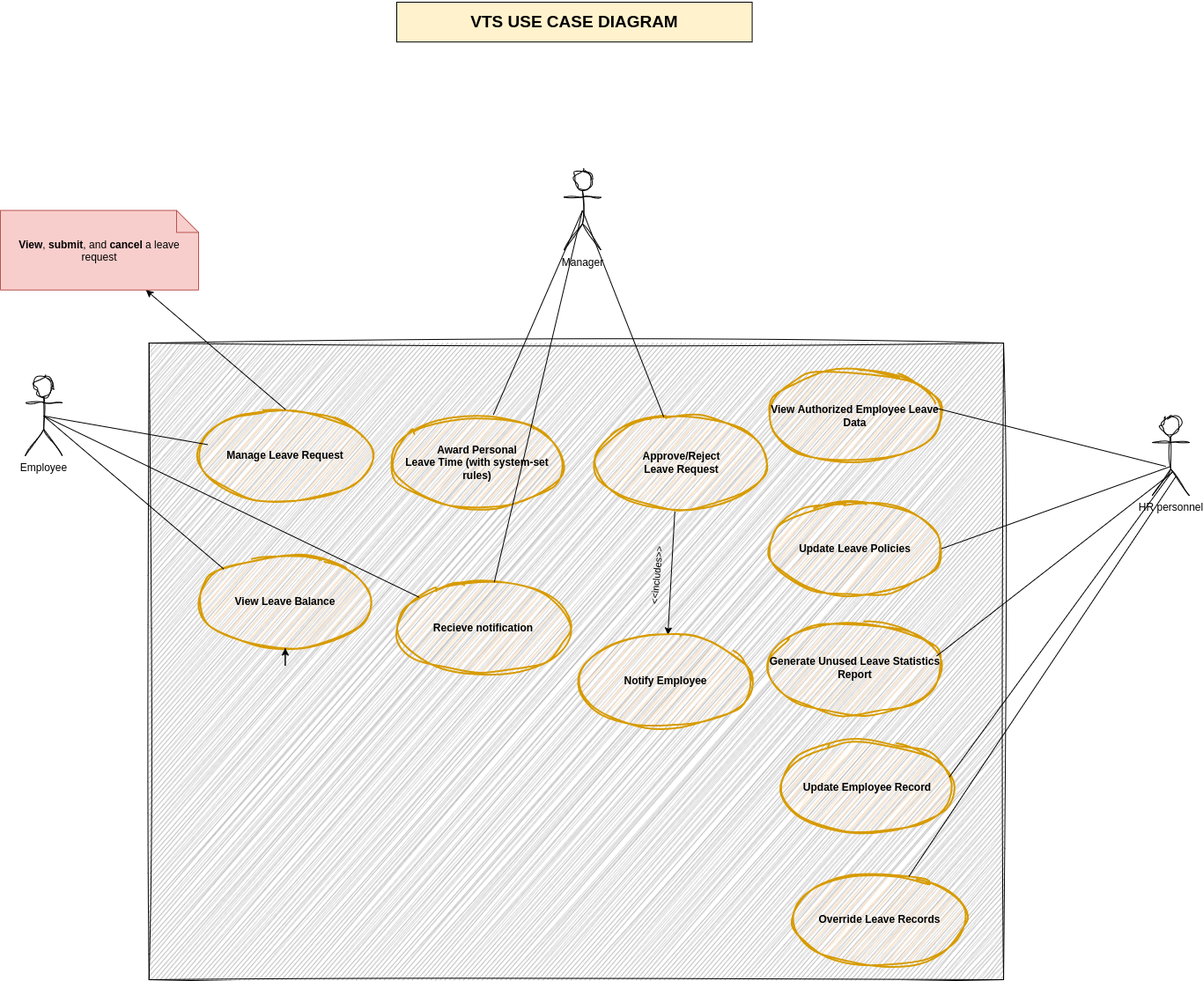
Above: diagrams/useCaseDiagram.png in abdoemadselim/Vacation-Tracking-System (draw.io), before the change. Source tidied: cells renumbered, new cells last; positions are measured from the earlier drawing's top-left corner, leaving out a move shared by most shapes.
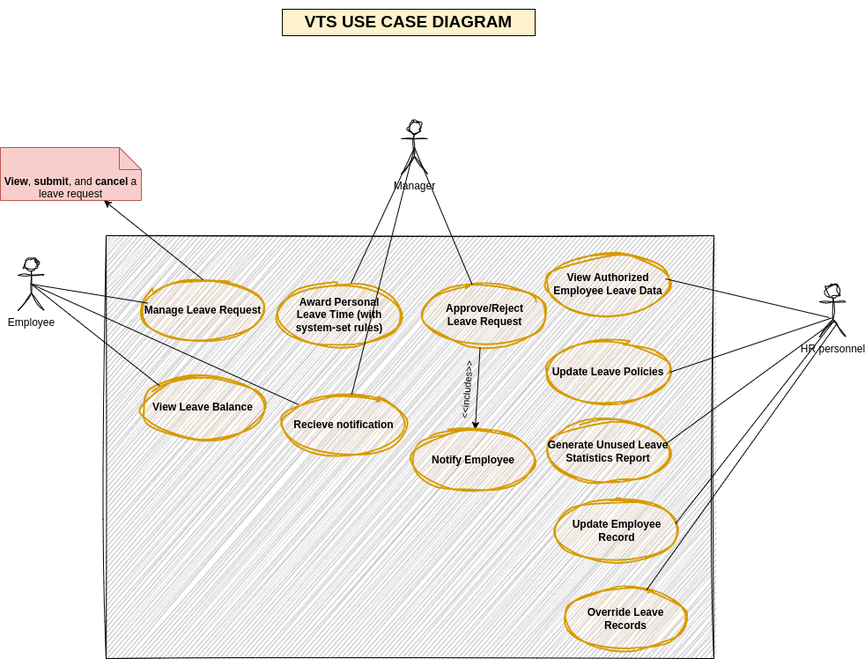
The same file after the commit.

Commit message:
Update the use case diagram

The edit, as a diff of the source:
```diff
@@ -2,103 +2,103 @@
   <root>
     <mxCell id="0" />
     <mxCell id="1" parent="0" />
-    <mxCell id="2" style="group;" parent="1" vertex="1">
-      <mxGeometry width="1350" height="1110" as="geometry" />
-    </mxCell>
-    <mxCell id="3" style="rounded=0;whiteSpace=wrap;html=1;fillColor=#B3B3B3;strokeColor=default;gradientColor=none;shadow=0;glass=0;sketch=1;curveFitting=1;jiggle=2;align=center;labelBorderColor=none;labelBackgroundColor=none;" parent="2" vertex="1">
-      <mxGeometry x="168.8" y="387.1" width="970.3" height="722.9" as="geometry" />
-    </mxCell>
+    <mxCell id="35" style="group;" parent="1" vertex="1">
+      <mxGeometry x="-230" y="1243" width="960" height="737" as="geometry" />
+    </mxCell>
+    <mxCell id="36" style="rounded=0;whiteSpace=wrap;html=1;fillColor=#B3B3B3;strokeColor=default;gradientColor=none;shadow=0;glass=0;sketch=1;curveFitting=1;jiggle=2;align=center;labelBorderColor=none;labelBackgroundColor=none;" parent="35" vertex="1">
+      <mxGeometry x="120" y="257" width="690" height="480" as="geometry" />
+    </mxCell>
-    <mxCell id="4" value="Manage Leave Request" style="ellipse;whiteSpace=wrap;html=1;fillColor=#ffe6cc;strokeColor=#d79b00;sketch=1;curveFitting=1;jiggle=2;fontStyle=1;strokeWidth=2;movableLabel=0;" parent="2" vertex="1">
-      <mxGeometry x="225" y="462.4" width="196.9" height="105.4" as="geometry" />
+    <mxCell id="4" value="Manage Leave Request" style="ellipse;whiteSpace=wrap;html=1;fillColor=#ffe6cc;strokeColor=#d79b00;sketch=1;curveFitting=1;jiggle=2;fontStyle=1;strokeWidth=2;movableLabel=0;" parent="35" vertex="1">
+      <mxGeometry x="160" y="307" width="140" height="70" as="geometry" />
     </mxCell>
-    <mxCell id="5" value="Generate Unused Leave Statistics Report" style="ellipse;whiteSpace=wrap;html=1;fillColor=#ffe6cc;strokeColor=#d79b00;sketch=1;curveFitting=1;jiggle=2;fontStyle=1;fillStyle=hachure;strokeWidth=2;" parent="2" vertex="1">
-      <mxGeometry x="871.9" y="703.4" width="196.9" height="105.4" as="geometry" />
+    <mxCell id="5" value="Generate Unused Leave Statistics Report" style="ellipse;whiteSpace=wrap;html=1;fillColor=#ffe6cc;strokeColor=#d79b00;sketch=1;curveFitting=1;jiggle=2;fontStyle=1;fillStyle=hachure;strokeWidth=2;" parent="35" vertex="1">
+      <mxGeometry x="620" y="467" width="140" height="70" as="geometry" />
     </mxCell>
-    <mxCell id="6" value="View Leave Balance" style="ellipse;whiteSpace=wrap;html=1;fillColor=#ffe6cc;strokeColor=#d79b00;sketch=1;curveFitting=1;jiggle=2;fontStyle=1;strokeWidth=2;" parent="2" vertex="1">
-      <mxGeometry x="225" y="628" width="196.9" height="105.4" as="geometry" />
+    <mxCell id="6" value="View Leave Balance" style="ellipse;whiteSpace=wrap;html=1;fillColor=#ffe6cc;strokeColor=#d79b00;sketch=1;curveFitting=1;jiggle=2;fontStyle=1;strokeWidth=2;" parent="35" vertex="1">
+      <mxGeometry x="160" y="417" width="140" height="70" as="geometry" />
     </mxCell>
-    <mxCell id="7" value="Approve/Reject &lt;br&gt;Leave Request" style="ellipse;whiteSpace=wrap;html=1;fillColor=#ffe6cc;strokeColor=#d79b00;sketch=1;curveFitting=1;jiggle=2;fontStyle=1;fillStyle=hachure;strokeWidth=2;" parent="2" vertex="1">
-      <mxGeometry x="675" y="469.9" width="196.9" height="105.4" as="geometry" />
+    <mxCell id="7" value="Approve/Reject &lt;br&gt;Leave Request" style="ellipse;whiteSpace=wrap;html=1;fillColor=#ffe6cc;strokeColor=#d79b00;sketch=1;curveFitting=1;jiggle=2;fontStyle=1;fillStyle=hachure;strokeWidth=2;" parent="35" vertex="1">
+      <mxGeometry x="480" y="312" width="140" height="70" as="geometry" />
     </mxCell>
-    <mxCell id="8" value="Award Personal &lt;br&gt;Leave Time (with system-set rules)" style="ellipse;whiteSpace=wrap;html=1;fillColor=#ffe6cc;strokeColor=#d79b00;sketch=1;curveFitting=1;jiggle=2;fontStyle=1;strokeWidth=2;" parent="2" vertex="1">
-      <mxGeometry x="443" y="469.9" width="196.9" height="105.4" as="geometry" />
+    <mxCell id="8" value="Award Personal &lt;br&gt;Leave Time (with system-set rules)" style="ellipse;whiteSpace=wrap;html=1;fillColor=#ffe6cc;strokeColor=#d79b00;sketch=1;curveFitting=1;jiggle=2;fontStyle=1;strokeWidth=2;" parent="35" vertex="1">
+      <mxGeometry x="315" y="312" width="140" height="70" as="geometry" />
     </mxCell>
-    <mxCell id="9" value="View&amp;nbsp;&lt;span style=&quot;white-space-collapse: preserve; background-color: transparent; color: light-dark(rgb(0, 0, 0), rgb(255, 255, 255));&quot;&gt;Authorized &lt;/span&gt;&lt;span style=&quot;background-color: transparent; color: light-dark(rgb(0, 0, 0), rgb(255, 255, 255));&quot;&gt;Employee&amp;nbsp;&lt;/span&gt;Leave Data" style="ellipse;whiteSpace=wrap;html=1;fillColor=#ffe6cc;strokeColor=#d79b00;sketch=1;curveFitting=1;jiggle=2;fontStyle=1;perimeterSpacing=0;strokeWidth=2;" parent="2" vertex="1">
-      <mxGeometry x="871.9" y="417.2" width="196.9" height="105.4" as="geometry" />
+    <mxCell id="9" value="View&amp;nbsp;&lt;span style=&quot;white-space-collapse: preserve; background-color: transparent; color: light-dark(rgb(0, 0, 0), rgb(255, 255, 255));&quot;&gt;Authorized &lt;/span&gt;&lt;span style=&quot;background-color: transparent; color: light-dark(rgb(0, 0, 0), rgb(255, 255, 255));&quot;&gt;Employee&amp;nbsp;&lt;/span&gt;Leave Data" style="ellipse;whiteSpace=wrap;html=1;fillColor=#ffe6cc;strokeColor=#d79b00;sketch=1;curveFitting=1;jiggle=2;fontStyle=1;perimeterSpacing=0;strokeWidth=2;" parent="35" vertex="1">
+      <mxGeometry x="620" y="277" width="140" height="70" as="geometry" />
     </mxCell>
-    <mxCell id="10" value="Update Leave Policies" style="ellipse;whiteSpace=wrap;html=1;fillColor=#ffe6cc;strokeColor=#d79b00;sketch=1;curveFitting=1;jiggle=2;fontStyle=1;fillStyle=hachure;strokeWidth=2;" parent="2" vertex="1">
-      <mxGeometry x="871.9" y="567.8" width="196.9" height="105.4" as="geometry" />
+    <mxCell id="10" value="Update Leave Policies" style="ellipse;whiteSpace=wrap;html=1;fillColor=#ffe6cc;strokeColor=#d79b00;sketch=1;curveFitting=1;jiggle=2;fontStyle=1;fillStyle=hachure;strokeWidth=2;" parent="35" vertex="1">
+      <mxGeometry x="620" y="377" width="140" height="70" as="geometry" />
     </mxCell>
-    <mxCell id="11" value="Employee" style="shape=umlActor;html=1;verticalLabelPosition=bottom;verticalAlign=top;align=center;sketch=1;curveFitting=1;jiggle=2;" parent="2" vertex="1">
-      <mxGeometry x="28.1" y="424.7" width="42.2" height="90.4" as="geometry" />
+    <mxCell id="11" value="Employee" style="shape=umlActor;html=1;verticalLabelPosition=bottom;verticalAlign=top;align=center;sketch=1;curveFitting=1;jiggle=2;" parent="35" vertex="1">
+      <mxGeometry x="20" y="282" width="30" height="60" as="geometry" />
     </mxCell>
-    <mxCell id="12" value="Manager" style="shape=umlActor;html=1;verticalLabelPosition=bottom;verticalAlign=top;align=center;sketch=1;curveFitting=1;jiggle=2;" parent="2" vertex="1">
-      <mxGeometry x="639.8" y="191.3" width="42.2" height="90.4" as="geometry" />
+    <mxCell id="12" value="Manager" style="shape=umlActor;html=1;verticalLabelPosition=bottom;verticalAlign=top;align=center;sketch=1;curveFitting=1;jiggle=2;" parent="35" vertex="1">
+      <mxGeometry x="455" y="127" width="30" height="60" as="geometry" />
     </mxCell>
-    <mxCell id="13" value="HR personnel" style="shape=umlActor;html=1;verticalLabelPosition=bottom;verticalAlign=top;align=center;sketch=1;curveFitting=1;jiggle=2;" parent="2" vertex="1">
-      <mxGeometry x="1307.8" y="469.9" width="42.2" height="90.4" as="geometry" />
+    <mxCell id="13" value="HR personnel" style="shape=umlActor;html=1;verticalLabelPosition=bottom;verticalAlign=top;align=center;sketch=1;curveFitting=1;jiggle=2;" parent="35" vertex="1">
+      <mxGeometry x="930" y="312" width="30" height="60" as="geometry" />
     </mxCell>
-    <mxCell id="14" style="edgeStyle=orthogonalEdgeStyle;rounded=0;orthogonalLoop=1;jettySize=auto;html=1;exitX=0.5;exitY=1;exitDx=0;exitDy=0;" parent="2" edge="1" source="6" target="6">
+    <mxCell id="14" style="edgeStyle=orthogonalEdgeStyle;rounded=0;orthogonalLoop=1;jettySize=auto;html=1;exitX=0.5;exitY=1;exitDx=0;exitDy=0;" parent="35" edge="1" source="6" target="6">
       <mxGeometry relative="1" as="geometry" />
     </mxCell>
-    <mxCell id="15" style="endArrow=none;html=1;rounded=0;exitX=0.5;exitY=0.5;exitDx=0;exitDy=0;exitPerimeter=0;entryX=0.053;entryY=0.38;entryDx=0;entryDy=0;entryPerimeter=0;" parent="2" edge="1" source="11" target="4">
+    <mxCell id="15" style="endArrow=none;html=1;rounded=0;exitX=0.5;exitY=0.5;exitDx=0;exitDy=0;exitPerimeter=0;entryX=0.053;entryY=0.38;entryDx=0;entryDy=0;entryPerimeter=0;" parent="35" edge="1" source="11" target="4">
       <mxGeometry relative="1" as="geometry" />
     </mxCell>
-    <mxCell id="16" style="endArrow=none;html=1;rounded=0;exitX=0.5;exitY=0.5;exitDx=0;exitDy=0;exitPerimeter=0;entryX=0;entryY=0;entryDx=0;entryDy=0;" parent="2" edge="1" source="11" target="6">
+    <mxCell id="16" style="endArrow=none;html=1;rounded=0;exitX=0.5;exitY=0.5;exitDx=0;exitDy=0;exitPerimeter=0;entryX=0;entryY=0;entryDx=0;entryDy=0;" parent="35" edge="1" source="11" target="6">
       <mxGeometry relative="1" as="geometry" />
     </mxCell>
-    <mxCell id="17" style="endArrow=none;html=1;rounded=0;entryX=0.5;entryY=0.5;entryDx=0;entryDy=0;entryPerimeter=0;" parent="2" edge="1" source="7" target="12">
+    <mxCell id="17" style="endArrow=none;html=1;rounded=0;entryX=0.5;entryY=0.5;entryDx=0;entryDy=0;entryPerimeter=0;" parent="35" edge="1" source="7" target="12">
       <mxGeometry relative="1" as="geometry" />
     </mxCell>
-    <mxCell id="18" style="endArrow=none;html=1;rounded=0;entryX=0.5;entryY=0.5;entryDx=0;entryDy=0;entryPerimeter=0;exitX=0.593;exitY=-0.014;exitDx=0;exitDy=0;exitPerimeter=0;" parent="2" edge="1" source="8" target="12">
+    <mxCell id="18" style="endArrow=none;html=1;rounded=0;entryX=0.5;entryY=0.5;entryDx=0;entryDy=0;entryPerimeter=0;exitX=0.593;exitY=-0.014;exitDx=0;exitDy=0;exitPerimeter=0;" parent="35" edge="1" source="8" target="12">
       <mxGeometry relative="1" as="geometry" />
     </mxCell>
-    <mxCell id="19" style="endArrow=none;html=1;rounded=0;exitX=0.367;exitY=0.633;exitDx=0;exitDy=0;exitPerimeter=0;entryX=0.964;entryY=0.414;entryDx=0;entryDy=0;entryPerimeter=0;" parent="2" edge="1" source="13" target="9">
+    <mxCell id="19" style="endArrow=none;html=1;rounded=0;exitX=0.367;exitY=0.633;exitDx=0;exitDy=0;exitPerimeter=0;entryX=0.964;entryY=0.414;entryDx=0;entryDy=0;entryPerimeter=0;" parent="35" edge="1" source="13" target="9">
       <mxGeometry relative="1" as="geometry" />
     </mxCell>
-    <mxCell id="20" style="endArrow=none;html=1;rounded=0;exitX=0.5;exitY=0.633;exitDx=0;exitDy=0;exitPerimeter=0;entryX=1;entryY=0.5;entryDx=0;entryDy=0;" parent="2" edge="1" source="13" target="10">
+    <mxCell id="20" style="endArrow=none;html=1;rounded=0;exitX=0.5;exitY=0.633;exitDx=0;exitDy=0;exitPerimeter=0;entryX=1;entryY=0.5;entryDx=0;entryDy=0;" parent="35" edge="1" source="13" target="10">
       <mxGeometry relative="1" as="geometry" />
     </mxCell>
-    <mxCell id="21" style="endArrow=none;html=1;rounded=0;exitX=0.567;exitY=0.7;exitDx=0;exitDy=0;exitPerimeter=0;entryX=0.971;entryY=0.371;entryDx=0;entryDy=0;entryPerimeter=0;" parent="2" edge="1" source="13" target="5">
+    <mxCell id="21" style="endArrow=none;html=1;rounded=0;exitX=0.567;exitY=0.7;exitDx=0;exitDy=0;exitPerimeter=0;entryX=0.971;entryY=0.371;entryDx=0;entryDy=0;entryPerimeter=0;" parent="35" edge="1" source="13" target="5">
       <mxGeometry relative="1" as="geometry" />
     </mxCell>
-    <mxCell id="22" value="&lt;h3&gt;&lt;font style=&quot;font-size: 19px;&quot; face=&quot;Helvetica&quot;&gt;VTS USE CASE DIAGRAM&lt;/font&gt;&lt;/h3&gt;" style="text;html=1;align=center;verticalAlign=middle;whiteSpace=wrap;rounded=0;glass=0;fillColor=#fff2cc;strokeColor=light-dark(#000000, #6d5100);fontFamily=Lucida Console;" parent="2" vertex="1">
-      <mxGeometry x="450" width="403.6" height="45.2" as="geometry" />
+    <mxCell id="22" value="&lt;h3&gt;&lt;font style=&quot;font-size: 19px;&quot; face=&quot;Helvetica&quot;&gt;VTS USE CASE DIAGRAM&lt;/font&gt;&lt;/h3&gt;" style="text;html=1;align=center;verticalAlign=middle;whiteSpace=wrap;rounded=0;glass=0;fillColor=#fff2cc;strokeColor=light-dark(#000000, #6d5100);fontFamily=Lucida Console;" parent="35" vertex="1">
+      <mxGeometry x="320" width="287" height="30" as="geometry" />
     </mxCell>
-    <mxCell id="23" value="Recieve notification" style="ellipse;whiteSpace=wrap;html=1;fillColor=#ffe6cc;strokeColor=#d79b00;sketch=1;curveFitting=1;jiggle=2;fontStyle=1;strokeWidth=2;" parent="2" vertex="1">
-      <mxGeometry x="450" y="658.2" width="196.9" height="105.4" as="geometry" />
+    <mxCell id="23" value="Recieve notification" style="ellipse;whiteSpace=wrap;html=1;fillColor=#ffe6cc;strokeColor=#d79b00;sketch=1;curveFitting=1;jiggle=2;fontStyle=1;strokeWidth=2;" parent="35" vertex="1">
+      <mxGeometry x="320" y="437" width="140" height="70" as="geometry" />
     </mxCell>
-    <mxCell id="24" style="endArrow=none;html=1;rounded=0;exitX=0.5;exitY=0.5;exitDx=0;exitDy=0;exitPerimeter=0;" parent="2" edge="1" source="11" target="23">
+    <mxCell id="24" style="endArrow=none;html=1;rounded=0;exitX=0.5;exitY=0.5;exitDx=0;exitDy=0;exitPerimeter=0;" parent="35" edge="1" source="11" target="23">
       <mxGeometry relative="1" as="geometry" />
     </mxCell>
-    <mxCell id="25" style="endArrow=none;html=1;rounded=0;exitX=0.5;exitY=0.5;exitDx=0;exitDy=0;exitPerimeter=0;" parent="2" edge="1" source="12" target="23">
+    <mxCell id="25" style="endArrow=none;html=1;rounded=0;exitX=0.5;exitY=0.5;exitDx=0;exitDy=0;exitPerimeter=0;" parent="35" edge="1" source="12" target="23">
       <mxGeometry relative="1" as="geometry" />
     </mxCell>
-    <mxCell id="26" style="endArrow=classic;html=1;rounded=0;exitX=0.461;exitY=1.029;exitDx=0;exitDy=0;exitPerimeter=0;" parent="2" edge="1" source="7" target="28">
+    <mxCell id="26" style="endArrow=classic;html=1;rounded=0;exitX=0.461;exitY=1.029;exitDx=0;exitDy=0;exitPerimeter=0;" parent="35" edge="1" source="7" target="28">
       <mxGeometry relative="1" as="geometry" />
     </mxCell>
-    <mxCell id="27" value="&amp;lt;&amp;lt;includes&amp;gt;&amp;gt;" style="text;html=1;align=center;verticalAlign=middle;whiteSpace=wrap;rounded=0;rotation=-85;fontSize=11;" parent="2" vertex="1">
-      <mxGeometry x="703.1" y="628" width="84.4" height="45.2" as="geometry" />
+    <mxCell id="27" value="&amp;lt;&amp;lt;includes&amp;gt;&amp;gt;" style="text;html=1;align=center;verticalAlign=middle;whiteSpace=wrap;rounded=0;rotation=-85;fontSize=11;" parent="35" vertex="1">
+      <mxGeometry x="500" y="417" width="60" height="30" as="geometry" />
     </mxCell>
-    <mxCell id="28" value="Notify Employee" style="ellipse;whiteSpace=wrap;html=1;fillColor=#ffe6cc;strokeColor=#d79b00;sketch=1;curveFitting=1;jiggle=2;fontStyle=1;strokeWidth=2;" parent="2" vertex="1">
-      <mxGeometry x="656.7" y="718.4" width="196.9" height="105.4" as="geometry" />
+    <mxCell id="28" value="Notify Employee" style="ellipse;whiteSpace=wrap;html=1;fillColor=#ffe6cc;strokeColor=#d79b00;sketch=1;curveFitting=1;jiggle=2;fontStyle=1;strokeWidth=2;" parent="35" vertex="1">
+      <mxGeometry x="467" y="477" width="140" height="70" as="geometry" />
     </mxCell>
-    <mxCell id="29" value="Update Employee Record" style="ellipse;whiteSpace=wrap;html=1;fillColor=#ffe6cc;strokeColor=#d79b00;sketch=1;curveFitting=1;jiggle=2;fontStyle=1;fillStyle=hachure;strokeWidth=2;" parent="2" vertex="1">
-      <mxGeometry x="885.9" y="838.9" width="196.9" height="105.4" as="geometry" />
+    <mxCell id="29" value="Update Employee Record" style="ellipse;whiteSpace=wrap;html=1;fillColor=#ffe6cc;strokeColor=#d79b00;sketch=1;curveFitting=1;jiggle=2;fontStyle=1;fillStyle=hachure;strokeWidth=2;" parent="35" vertex="1">
+      <mxGeometry x="630" y="557" width="140" height="70" as="geometry" />
     </mxCell>
-    <mxCell id="30" style="endArrow=none;html=1;rounded=0;exitX=0.548;exitY=0.693;exitDx=0;exitDy=0;exitPerimeter=0;entryX=0.974;entryY=0.386;entryDx=0;entryDy=0;entryPerimeter=0;" parent="2" edge="1" source="13" target="29">
+    <mxCell id="30" style="endArrow=none;html=1;rounded=0;exitX=0.548;exitY=0.693;exitDx=0;exitDy=0;exitPerimeter=0;entryX=0.974;entryY=0.386;entryDx=0;entryDy=0;entryPerimeter=0;" parent="35" edge="1" source="13" target="29">
       <mxGeometry relative="1" as="geometry" />
     </mxCell>
-    <mxCell id="31" value="&lt;div style=&quot;&quot;&gt;Override Leave Records&lt;/div&gt;" style="ellipse;whiteSpace=wrap;html=1;fillColor=#ffe6cc;strokeColor=#d79b00;sketch=1;curveFitting=1;jiggle=2;fontStyle=1;fillStyle=hachure;strokeWidth=2;align=center;" parent="2" vertex="1">
-      <mxGeometry x="900" y="989.5" width="196.9" height="105.4" as="geometry" />
+    <mxCell id="31" value="&lt;div style=&quot;&quot;&gt;Override Leave Records&lt;/div&gt;" style="ellipse;whiteSpace=wrap;html=1;fillColor=#ffe6cc;strokeColor=#d79b00;sketch=1;curveFitting=1;jiggle=2;fontStyle=1;fillStyle=hachure;strokeWidth=2;align=center;" parent="35" vertex="1">
+      <mxGeometry x="640" y="657" width="140" height="70" as="geometry" />
     </mxCell>
-    <mxCell id="32" style="endArrow=none;html=1;rounded=0;exitX=0.643;exitY=0.756;exitDx=0;exitDy=0;exitPerimeter=0;" parent="2" edge="1" source="13" target="31">
+    <mxCell id="32" style="endArrow=none;html=1;rounded=0;exitX=0.643;exitY=0.756;exitDx=0;exitDy=0;exitPerimeter=0;" parent="35" edge="1" source="13" target="31">
       <mxGeometry relative="1" as="geometry" />
     </mxCell>
-    <mxCell id="33" value="&lt;b&gt;View&lt;/b&gt;, &lt;b&gt;submit&lt;/b&gt;, and &lt;b&gt;cancel&lt;/b&gt; a leave request" style="shape=note2;boundedLbl=1;whiteSpace=wrap;html=1;size=25;verticalAlign=top;align=center;fillColor=#f8cecc;strokeColor=#b85450;" parent="2" vertex="1">
-      <mxGeometry y="236.5" width="225" height="90.4" as="geometry" />
+    <mxCell id="33" value="&lt;b&gt;View&lt;/b&gt;, &lt;b&gt;submit&lt;/b&gt;, and &lt;b&gt;cancel&lt;/b&gt; a leave request" style="shape=note2;boundedLbl=1;whiteSpace=wrap;html=1;size=25;verticalAlign=top;align=center;fillColor=#f8cecc;strokeColor=#b85450;" parent="35" vertex="1">
+      <mxGeometry y="157" width="160" height="60" as="geometry" />
     </mxCell>
-    <mxCell id="34" style="endArrow=classic;html=1;rounded=0;exitX=0.5;exitY=0;exitDx=0;exitDy=0;" parent="2" edge="1" source="4" target="33">
+    <mxCell id="34" style="endArrow=classic;html=1;rounded=0;exitX=0.5;exitY=0;exitDx=0;exitDy=0;" parent="35" edge="1" source="4" target="33">
       <mxGeometry relative="1" as="geometry" />
     </mxCell>
   </root>
```
